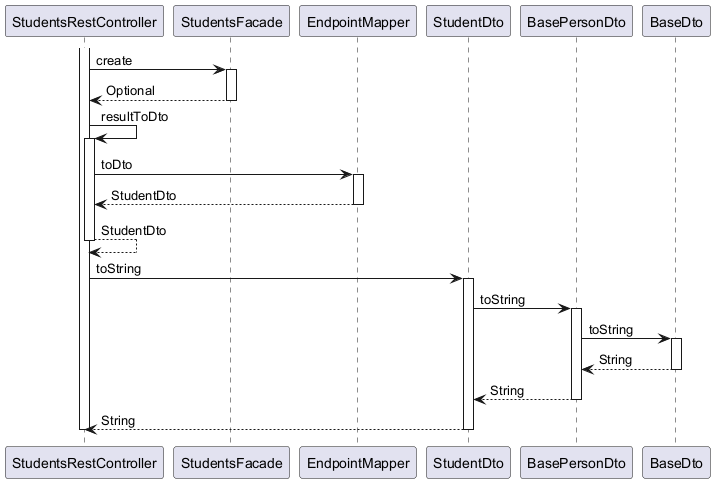
This is ingress/documentation/html/images/Education.Students.createStudent.puml.png.png from OlegSopilnyak/school-demo, a PlantUML export, as it was before one commit. The source it was exported from:
```plantuml
@startuml

participant StudentsRestController
participant StudentsFacade
participant EndpointMapper
participant StudentDto
participant BasePersonDto
participant BaseDto

activate StudentsRestController
	StudentsRestController -> StudentsFacade : create
	activate StudentsFacade
		StudentsFacade --> StudentsRestController : Optional
	deactivate StudentsFacade
	StudentsRestController -> StudentsRestController : resultToDto
	activate StudentsRestController
		StudentsRestController -> EndpointMapper : toDto
		activate EndpointMapper
			EndpointMapper --> StudentsRestController : StudentDto
		deactivate EndpointMapper
		StudentsRestController --> StudentsRestController : StudentDto
	deactivate StudentsRestController
	StudentsRestController -> StudentDto : toString
	activate StudentDto
		StudentDto -> BasePersonDto : toString
		activate BasePersonDto
			BasePersonDto -> BaseDto : toString
			activate BaseDto
				BaseDto --> BasePersonDto : String
			deactivate BaseDto
			BasePersonDto --> StudentDto : String
		deactivate BasePersonDto
		StudentDto --> StudentsRestController : String
	deactivate StudentDto
deactivate StudentsRestController

@enduml
```
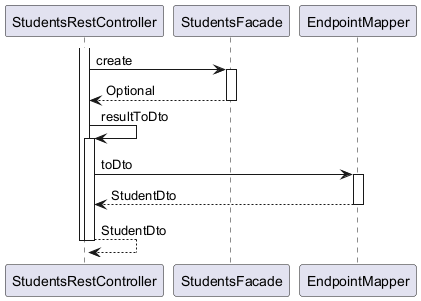
Above is the later version.

Commit message:
Added asciidoctor file for uml rendering (second draft)

Change to the diagram source:
```diff
@@ -3,9 +3,6 @@
 participant StudentsRestController
 participant StudentsFacade
 participant EndpointMapper
-participant StudentDto
-participant BasePersonDto
-participant BaseDto
 
 activate StudentsRestController
 	StudentsRestController -> StudentsFacade : create
@@ -20,18 +17,6 @@
 		deactivate EndpointMapper
 		StudentsRestController --> StudentsRestController : StudentDto
 	deactivate StudentsRestController
-	StudentsRestController -> StudentDto : toString
-	activate StudentDto
-		StudentDto -> BasePersonDto : toString
-		activate BasePersonDto
-			BasePersonDto -> BaseDto : toString
-			activate BaseDto
-				BaseDto --> BasePersonDto : String
-			deactivate BaseDto
-			BasePersonDto --> StudentDto : String
-		deactivate BasePersonDto
-		StudentDto --> StudentsRestController : String
-	deactivate StudentDto
 deactivate StudentsRestController
 
 @enduml
```
